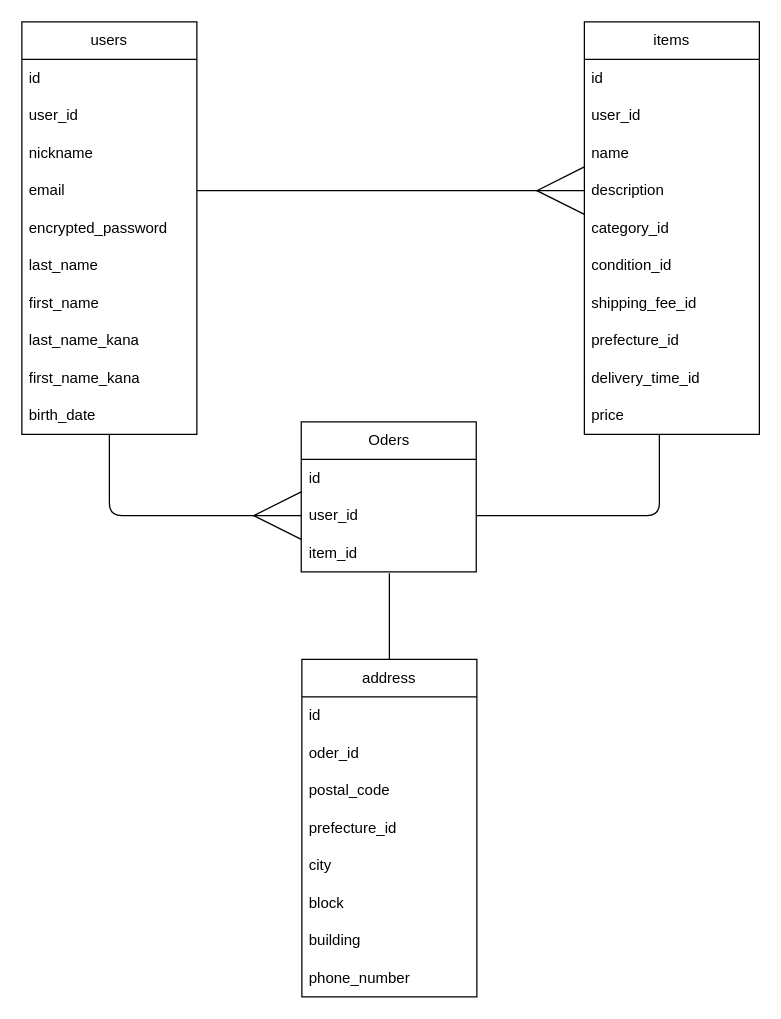
The draw.io diagram .dio in hiroki-96/furima-42330, before the edit. Source tidied: cells renumbered, new cells numbered last; positions are measured from the earlier drawing's top-left corner, leaving out a move shared by most shapes. Both pictures are drawn from the tidied source at 125%, with x=0, y=0 at pixel (21, 21).
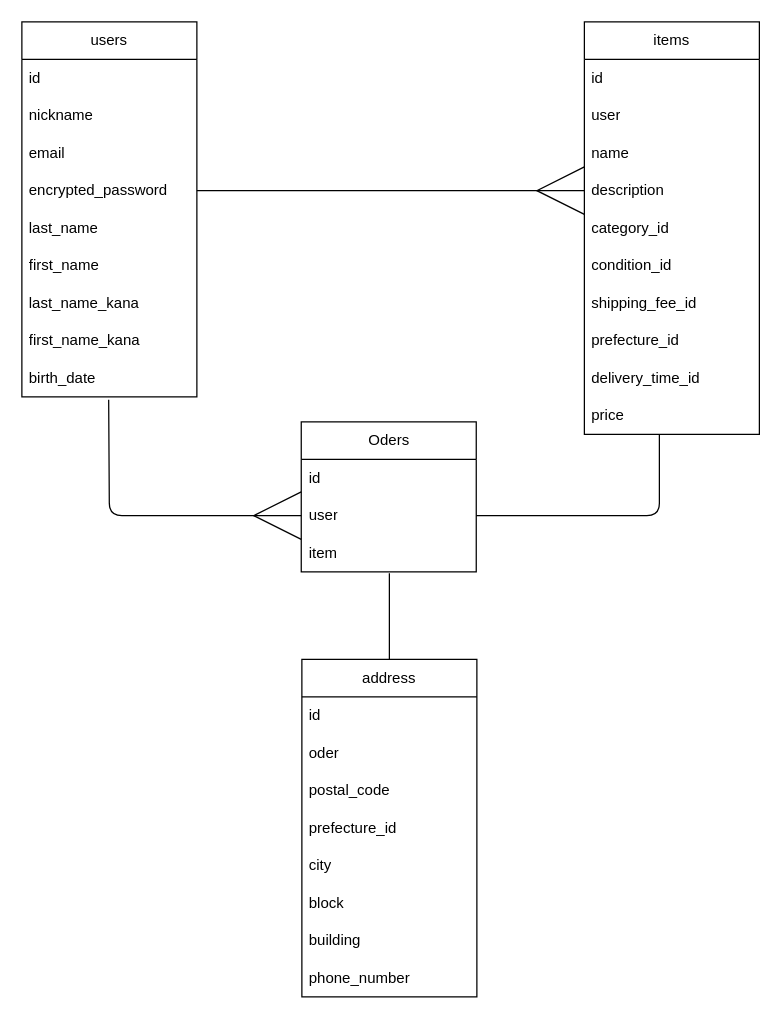
Above is the later version.

Commit message (it also covers changes not shown here):
READMEの修正に伴うER図の修正

The change refers to these unchanged cells:
```xml
<mxCell id="13" value="items" style="swimlane;fontStyle=0;horizontal=1;startSize=30;whiteSpace=wrap;html=1;" parent="1" vertex="1">
  <mxGeometry x="450" width="140" height="330" as="geometry" />
</mxCell>
<mxCell id="17" value="description" style="text;strokeColor=none;fillColor=none;align=left;verticalAlign=middle;spacingLeft=4;spacingRight=4;overflow=hidden;points=[[0,0.5],[1,0.5]];portConstraint=eastwest;whiteSpace=wrap;html=1;" parent="13" vertex="1">
  <mxGeometry y="120" width="140" height="30" as="geometry" />
</mxCell>
<mxCell id="24" value="Oders" style="swimlane;fontStyle=0;horizontal=1;startSize=30;whiteSpace=wrap;html=1;" parent="1" vertex="1">
  <mxGeometry x="223.5" y="320" width="140" height="120" as="geometry" />
</mxCell>
<mxCell id="28" value="address" style="swimlane;fontStyle=0;horizontal=1;startSize=30;whiteSpace=wrap;html=1;" parent="1" vertex="1">
  <mxGeometry x="224" y="510" width="140" height="270" as="geometry" />
</mxCell>
```

Change to the diagram source:
```diff
@@
     <mxCell id="2" value="users" style="swimlane;fontStyle=0;horizontal=1;startSize=30;whiteSpace=wrap;html=1;" parent="1" vertex="1">
-      <mxGeometry width="140" height="330" as="geometry" />
+      <mxGeometry width="140" height="300" as="geometry" />
     </mxCell>
@@
-    <mxCell id="4" value="user_id" style="text;strokeColor=none;fillColor=none;align=left;verticalAlign=middle;spacingLeft=4;spacingRight=4;overflow=hidden;whiteSpace=wrap;html=1;" parent="2" vertex="1">
-      <mxGeometry y="60" width="140" height="30" as="geometry" />
-    </mxCell>
     <mxCell id="5" value="nickname" style="text;strokeColor=none;fillColor=none;align=left;verticalAlign=middle;spacingLeft=4;spacingRight=4;overflow=hidden;whiteSpace=wrap;html=1;" parent="2" vertex="1">
-      <mxGeometry y="90" width="140" height="30" as="geometry" />
+      <mxGeometry y="60" width="140" height="30" as="geometry" />
     </mxCell>
     <mxCell id="6" value="email" style="text;strokeColor=none;fillColor=none;align=left;verticalAlign=middle;spacingLeft=4;spacingRight=4;overflow=hidden;points=[[0,0.5],[1,0.5]];portConstraint=eastwest;whiteSpace=wrap;html=1;" parent="2" vertex="1">
-      <mxGeometry y="120" width="140" height="30" as="geometry" />
+      <mxGeometry y="90" width="140" height="30" as="geometry" />
     </mxCell>
     <mxCell id="7" value="encrypted_password" style="text;strokeColor=none;fillColor=none;align=left;verticalAlign=middle;spacingLeft=4;spacingRight=4;overflow=hidden;points=[[0,0.5],[1,0.5]];portConstraint=eastwest;whiteSpace=wrap;html=1;" parent="2" vertex="1">
-      <mxGeometry y="150" width="140" height="30" as="geometry" />
+      <mxGeometry y="120" width="140" height="30" as="geometry" />
     </mxCell>
     <mxCell id="8" value="last_name" style="text;strokeColor=none;fillColor=none;align=left;verticalAlign=middle;spacingLeft=4;spacingRight=4;overflow=hidden;whiteSpace=wrap;html=1;" parent="2" vertex="1">
-      <mxGeometry y="180" width="140" height="30" as="geometry" />
+      <mxGeometry y="150" width="140" height="30" as="geometry" />
     </mxCell>
     <mxCell id="9" value="first_name" style="text;strokeColor=none;fillColor=none;align=left;verticalAlign=middle;spacingLeft=4;spacingRight=4;overflow=hidden;whiteSpace=wrap;html=1;" parent="2" vertex="1">
-      <mxGeometry y="210" width="140" height="30" as="geometry" />
+      <mxGeometry y="180" width="140" height="30" as="geometry" />
     </mxCell>
     <mxCell id="10" value="last_name_kana" style="text;strokeColor=none;fillColor=none;align=left;verticalAlign=middle;spacingLeft=4;spacingRight=4;overflow=hidden;whiteSpace=wrap;html=1;" parent="2" vertex="1">
-      <mxGeometry y="240" width="140" height="30" as="geometry" />
+      <mxGeometry y="210" width="140" height="30" as="geometry" />
     </mxCell>
     <mxCell id="11" value="first_name_kana" style="text;strokeColor=none;fillColor=none;align=left;verticalAlign=middle;spacingLeft=4;spacingRight=4;overflow=hidden;whiteSpace=wrap;html=1;" parent="2" vertex="1">
-      <mxGeometry y="270" width="140" height="30" as="geometry" />
+      <mxGeometry y="240" width="140" height="30" as="geometry" />
     </mxCell>
     <mxCell id="12" value="birth_date" style="text;strokeColor=none;fillColor=none;align=left;verticalAlign=middle;spacingLeft=4;spacingRight=4;overflow=hidden;points=[[0,0.5],[1,0.5]];portConstraint=eastwest;whiteSpace=wrap;html=1;" parent="2" vertex="1">
-      <mxGeometry y="300" width="140" height="30" as="geometry" />
+      <mxGeometry y="270" width="140" height="30" as="geometry" />
     </mxCell>
@@
-    <mxCell id="15" value="user_id" style="text;strokeColor=none;fillColor=none;align=left;verticalAlign=middle;spacingLeft=4;spacingRight=4;overflow=hidden;whiteSpace=wrap;html=1;" parent="13" vertex="1">
+    <mxCell id="15" value="user" style="text;strokeColor=none;fillColor=none;align=left;verticalAlign=middle;spacingLeft=4;spacingRight=4;overflow=hidden;whiteSpace=wrap;html=1;" parent="13" vertex="1">
       <mxGeometry y="60" width="140" height="30" as="geometry" />
     </mxCell>
@@
-    <mxCell id="26" value="user_id" style="text;strokeColor=none;fillColor=none;align=left;verticalAlign=middle;spacingLeft=4;spacingRight=4;overflow=hidden;points=[[0,0.5],[1,0.5]];portConstraint=eastwest;whiteSpace=wrap;html=1;" parent="24" vertex="1">
+    <mxCell id="26" value="user" style="text;strokeColor=none;fillColor=none;align=left;verticalAlign=middle;spacingLeft=4;spacingRight=4;overflow=hidden;points=[[0,0.5],[1,0.5]];portConstraint=eastwest;whiteSpace=wrap;html=1;" parent="24" vertex="1">
       <mxGeometry y="60" width="140" height="30" as="geometry" />
     </mxCell>
-    <mxCell id="27" value="item_id" style="text;strokeColor=none;fillColor=none;align=left;verticalAlign=middle;spacingLeft=4;spacingRight=4;overflow=hidden;whiteSpace=wrap;html=1;" parent="24" vertex="1">
+    <mxCell id="27" value="item" style="text;strokeColor=none;fillColor=none;align=left;verticalAlign=middle;spacingLeft=4;spacingRight=4;overflow=hidden;whiteSpace=wrap;html=1;" parent="24" vertex="1">
       <mxGeometry y="90" width="140" height="30" as="geometry" />
     </mxCell>
@@
-    <mxCell id="30" value="oder_id" style="text;strokeColor=none;fillColor=none;align=left;verticalAlign=middle;spacingLeft=4;spacingRight=4;overflow=hidden;whiteSpace=wrap;html=1;" parent="28" vertex="1">
+    <mxCell id="30" value="oder" style="text;strokeColor=none;fillColor=none;align=left;verticalAlign=middle;spacingLeft=4;spacingRight=4;overflow=hidden;whiteSpace=wrap;html=1;" parent="28" vertex="1">
       <mxGeometry y="60" width="140" height="30" as="geometry" />
     </mxCell>
@@
-    <mxCell id="37" style="edgeStyle=none;html=1;exitX=1;exitY=0.5;exitDx=0;exitDy=0;entryX=0;entryY=0.5;entryDx=0;entryDy=0;endArrow=ERmany;endFill=0;strokeWidth=1;endSize=36;startSize=36;" parent="1" edge="1" source="6" target="17">
+    <mxCell id="37" style="edgeStyle=none;html=1;entryX=0;entryY=0.5;entryDx=0;entryDy=0;endArrow=ERmany;endFill=0;strokeWidth=1;endSize=36;startSize=36;exitX=1;exitY=0.5;exitDx=0;exitDy=0;" parent="1" edge="1" source="7" target="17">
       <mxGeometry relative="1" as="geometry" />
     </mxCell>
@@
-    <mxCell id="39" style="edgeStyle=elbowEdgeStyle;html=1;entryX=0;entryY=0.5;entryDx=0;entryDy=0;endArrow=ERmany;endFill=0;startSize=36;endSize=36;" parent="1" edge="1" target="26">
+    <mxCell id="39" style="edgeStyle=elbowEdgeStyle;html=1;entryX=0;entryY=0.5;entryDx=0;entryDy=0;endArrow=ERmany;endFill=0;startSize=36;endSize=36;exitX=0.496;exitY=1.075;exitDx=0;exitDy=0;exitPerimeter=0;" parent="1" edge="1" source="12" target="26">
       <mxGeometry relative="1" as="geometry">
-        <mxPoint x="70" y="330" as="sourcePoint" />
         <Array as="points">
           <mxPoint x="70" y="395" />
           <mxPoint x="70" y="390" />
           <mxPoint x="135.5" y="456" />
         </Array>
       </mxGeometry>
     </mxCell>
```
